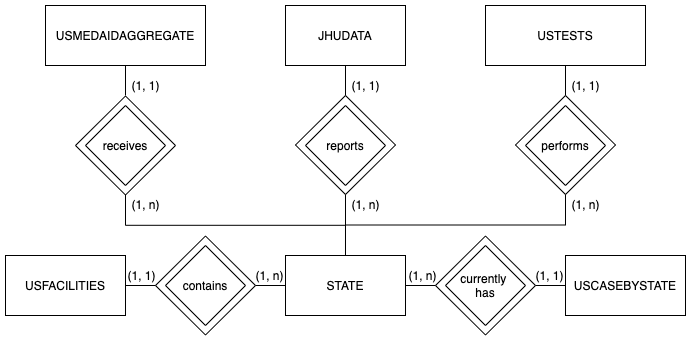
Earlier version of the draw.io export diagrams/ER2.png (sahba-t/covidTracker). Source tidied: cells renumbered, new cells last; positions are measured from the earlier drawing's top-left corner, leaving out a move shared by most shapes.
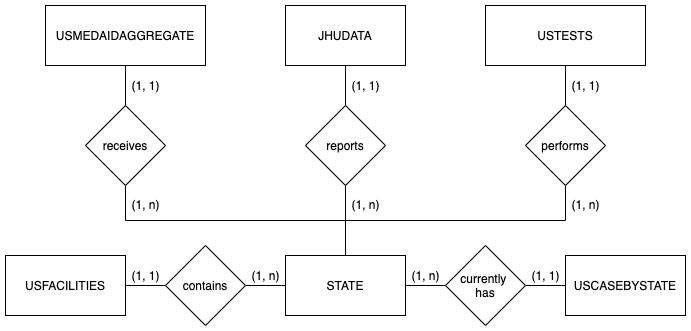
The same diagram one commit later.

Diff of the diagram source:
```diff
@@ -2,39 +2,20 @@
   <root>
     <mxCell id="0" />
     <mxCell id="1" parent="0" />
-    <mxCell id="2" style="rhombus;whiteSpace=wrap;html=1;" parent="1" vertex="1">
-      <mxGeometry x="70" y="90.5" width="100" height="99" as="geometry" />
-    </mxCell>
-    <mxCell id="3" style="rhombus;whiteSpace=wrap;html=1;" parent="1" vertex="1">
-      <mxGeometry x="290" y="90" width="100" height="99" as="geometry" />
-    </mxCell>
-    <mxCell id="4" style="rhombus;whiteSpace=wrap;html=1;" parent="1" vertex="1">
-      <mxGeometry x="510" y="90" width="100" height="99" as="geometry" />
-    </mxCell>
-    <mxCell id="5" style="rhombus;whiteSpace=wrap;html=1;" parent="1" vertex="1">
-      <mxGeometry x="150" y="230.5" width="100" height="99" as="geometry" />
-    </mxCell>
-    <mxCell id="6" style="rhombus;whiteSpace=wrap;html=1;" parent="1" vertex="1">
-      <mxGeometry x="430" y="230.5" width="100" height="99" as="geometry" />
-    </mxCell>
-    <mxCell id="7" style="edgeStyle=orthogonalEdgeStyle;rounded=0;jettySize=auto;html=1;exitX=0.5;exitY=0;exitDx=0;exitDy=0;endArrow=none;endFill=0;entryX=0.5;entryY=1;entryDx=0;entryDy=0;" parent="1" edge="1" source="12" target="2">
+    <mxCell id="7" style="edgeStyle=orthogonalEdgeStyle;rounded=0;jettySize=auto;html=1;exitX=0.5;exitY=0;exitDx=0;exitDy=0;endArrow=none;endFill=0;entryX=0.5;entryY=1;entryDx=0;entryDy=0;" parent="1" edge="1" source="12" target="23">
       <mxGeometry relative="1" as="geometry" />
     </mxCell>
-    <mxCell id="8" style="edgeStyle=orthogonalEdgeStyle;rounded=0;jettySize=auto;html=1;exitX=0.5;exitY=0;exitDx=0;exitDy=0;endArrow=none;endFill=0;entryX=0.5;entryY=1;entryDx=0;entryDy=0;" parent="1" edge="1" source="12" target="3">
+    <mxCell id="8" style="edgeStyle=orthogonalEdgeStyle;rounded=0;jettySize=auto;html=1;exitX=0.5;exitY=0;exitDx=0;exitDy=0;endArrow=none;endFill=0;entryX=0.5;entryY=1;entryDx=0;entryDy=0;" parent="1" edge="1" source="12" target="21">
       <mxGeometry relative="1" as="geometry" />
     </mxCell>
-    <mxCell id="9" style="edgeStyle=orthogonalEdgeStyle;rounded=0;jettySize=auto;html=1;exitX=0.5;exitY=0;exitDx=0;exitDy=0;endArrow=none;endFill=0;entryX=0.5;entryY=1;entryDx=0;entryDy=0;" parent="1" edge="1" source="12" target="4">
+    <mxCell id="9" style="edgeStyle=orthogonalEdgeStyle;rounded=0;jettySize=auto;html=1;exitX=0.5;exitY=0;exitDx=0;exitDy=0;endArrow=none;endFill=0;entryX=0.5;entryY=1;entryDx=0;entryDy=0;" parent="1" edge="1" source="12" target="19">
       <mxGeometry relative="1" as="geometry" />
     </mxCell>
-    <mxCell id="10" style="edgeStyle=orthogonalEdgeStyle;rounded=0;jettySize=auto;html=1;exitX=1;exitY=0.5;exitDx=0;exitDy=0;endArrow=none;endFill=0;" parent="1" edge="1" source="12">
-      <mxGeometry relative="1" as="geometry">
-        <mxPoint x="430" y="280" as="targetPoint" />
-      </mxGeometry>
+    <mxCell id="10" style="edgeStyle=orthogonalEdgeStyle;rounded=0;jettySize=auto;html=1;exitX=1;exitY=0.5;exitDx=0;exitDy=0;endArrow=none;endFill=0;entryX=0;entryY=0.5;entryDx=0;entryDy=0;" parent="1" edge="1" source="12" target="27">
+      <mxGeometry relative="1" as="geometry" />
     </mxCell>
-    <mxCell id="11" style="edgeStyle=orthogonalEdgeStyle;rounded=0;jettySize=auto;html=1;exitX=0;exitY=0.5;exitDx=0;exitDy=0;endArrow=none;endFill=0;" parent="1" edge="1" source="12">
-      <mxGeometry relative="1" as="geometry">
-        <mxPoint x="250" y="280" as="targetPoint" />
-      </mxGeometry>
+    <mxCell id="11" style="edgeStyle=orthogonalEdgeStyle;rounded=0;jettySize=auto;html=1;exitX=0;exitY=0.5;exitDx=0;exitDy=0;endArrow=none;endFill=0;entryX=1;entryY=0.5;entryDx=0;entryDy=0;" parent="1" edge="1" source="12" target="25">
+      <mxGeometry relative="1" as="geometry" />
     </mxCell>
     <mxCell id="12" value="STATE" style="rounded=0;whiteSpace=wrap;html=1;" parent="1" vertex="1">
       <mxGeometry x="280" y="250" width="120" height="60" as="geometry" />
@@ -54,49 +35,41 @@
     <mxCell id="17" value="USCASEBYSTATE" style="rounded=0;whiteSpace=wrap;html=1;" parent="1" vertex="1">
       <mxGeometry x="560" y="250" width="120" height="60" as="geometry" />
     </mxCell>
-    <mxCell id="18" style="edgeStyle=orthogonalEdgeStyle;rounded=0;jettySize=auto;html=1;entryX=0.5;entryY=1;entryDx=0;entryDy=0;endArrow=none;endFill=0;" parent="1" edge="1" target="16">
-      <mxGeometry relative="1" as="geometry">
-        <mxPoint x="560" y="90" as="sourcePoint" />
-      </mxGeometry>
+    <mxCell id="18" style="edgeStyle=orthogonalEdgeStyle;rounded=0;jettySize=auto;html=1;entryX=0.5;entryY=1;entryDx=0;entryDy=0;endArrow=none;endFill=0;exitX=0.5;exitY=0;exitDx=0;exitDy=0;" parent="1" edge="1" source="19" target="16">
+      <mxGeometry relative="1" as="geometry" />
     </mxCell>
     <mxCell id="19" value="performs" style="rhombus;whiteSpace=wrap;html=1;" parent="1" vertex="1">
       <mxGeometry x="520" y="100" width="80" height="80" as="geometry" />
     </mxCell>
-    <mxCell id="20" style="edgeStyle=orthogonalEdgeStyle;rounded=0;jettySize=auto;html=1;entryX=0.5;entryY=1;entryDx=0;entryDy=0;endArrow=none;endFill=0;" parent="1" edge="1" target="15">
-      <mxGeometry relative="1" as="geometry">
-        <mxPoint x="340" y="90" as="sourcePoint" />
-      </mxGeometry>
+    <mxCell id="20" style="edgeStyle=orthogonalEdgeStyle;rounded=0;jettySize=auto;html=1;entryX=0.5;entryY=1;entryDx=0;entryDy=0;endArrow=none;endFill=0;exitX=0.5;exitY=0;exitDx=0;exitDy=0;" parent="1" edge="1" source="21" target="15">
+      <mxGeometry relative="1" as="geometry" />
     </mxCell>
     <mxCell id="21" value="reports" style="rhombus;whiteSpace=wrap;html=1;" parent="1" vertex="1">
       <mxGeometry x="300" y="100" width="80" height="80" as="geometry" />
     </mxCell>
-    <mxCell id="22" style="edgeStyle=orthogonalEdgeStyle;rounded=0;jettySize=auto;html=1;entryX=0.5;entryY=1;entryDx=0;entryDy=0;endArrow=none;endFill=0;" parent="1" edge="1" target="13">
-      <mxGeometry relative="1" as="geometry">
-        <mxPoint x="120" y="90" as="sourcePoint" />
-      </mxGeometry>
+    <mxCell id="22" style="edgeStyle=orthogonalEdgeStyle;rounded=0;jettySize=auto;html=1;entryX=0.5;entryY=1;entryDx=0;entryDy=0;endArrow=none;endFill=0;exitX=0.5;exitY=0;exitDx=0;exitDy=0;" parent="1" edge="1" source="23" target="13">
+      <mxGeometry relative="1" as="geometry" />
     </mxCell>
     <mxCell id="23" value="receives" style="rhombus;whiteSpace=wrap;html=1;" parent="1" vertex="1">
       <mxGeometry x="80" y="100" width="80" height="80" as="geometry" />
     </mxCell>
-    <mxCell id="24" style="edgeStyle=orthogonalEdgeStyle;rounded=0;jettySize=auto;html=1;exitX=0;exitY=0.5;exitDx=0;exitDy=0;entryX=1;entryY=0.5;entryDx=0;entryDy=0;endArrow=none;endFill=0;" parent="1" edge="1" source="5" target="14">
+    <mxCell id="24" style="edgeStyle=orthogonalEdgeStyle;rounded=0;jettySize=auto;html=1;exitX=0;exitY=0.5;exitDx=0;exitDy=0;entryX=1;entryY=0.5;entryDx=0;entryDy=0;endArrow=none;endFill=0;" parent="1" edge="1" source="25" target="14">
       <mxGeometry relative="1" as="geometry" />
     </mxCell>
     <mxCell id="25" value="contains" style="rhombus;whiteSpace=wrap;html=1;" parent="1" vertex="1">
       <mxGeometry x="160" y="240" width="80" height="80" as="geometry" />
     </mxCell>
-    <mxCell id="26" style="edgeStyle=orthogonalEdgeStyle;rounded=0;jettySize=auto;html=1;entryX=0;entryY=0.5;entryDx=0;entryDy=0;endArrow=none;endFill=0;" parent="1" edge="1" target="17">
-      <mxGeometry relative="1" as="geometry">
-        <mxPoint x="530" y="280" as="sourcePoint" />
-      </mxGeometry>
+    <mxCell id="26" style="edgeStyle=orthogonalEdgeStyle;rounded=0;jettySize=auto;html=1;entryX=0;entryY=0.5;entryDx=0;entryDy=0;endArrow=none;endFill=0;exitX=1;exitY=0.5;exitDx=0;exitDy=0;" parent="1" edge="1" source="27" target="17">
+      <mxGeometry relative="1" as="geometry" />
     </mxCell>
     <mxCell id="27" value="currently &lt;br&gt;has" style="rhombus;whiteSpace=wrap;html=1;" parent="1" vertex="1">
       <mxGeometry x="440" y="240" width="80" height="80" as="geometry" />
     </mxCell>
     <mxCell id="28" value="(1, 1)" style="text;html=1;align=center;verticalAlign=middle;" parent="1" vertex="1">
-      <mxGeometry x="524" y="260" width="40" height="20" as="geometry" />
+      <mxGeometry x="520" y="260" width="40" height="20" as="geometry" />
     </mxCell>
     <mxCell id="29" value="(1, n)" style="text;html=1;align=center;verticalAlign=middle;" parent="1" vertex="1">
-      <mxGeometry x="397" y="260" width="40" height="20" as="geometry" />
+      <mxGeometry x="400" y="260" width="40" height="20" as="geometry" />
     </mxCell>
     <mxCell id="30" value="(1, n)" style="text;html=1;align=center;verticalAlign=middle;" parent="1" vertex="1">
       <mxGeometry x="560" y="189" width="40" height="20" as="geometry" />
@@ -117,10 +90,10 @@
       <mxGeometry x="120" y="70" width="40" height="20" as="geometry" />
     </mxCell>
     <mxCell id="36" value="(1, n)" style="text;html=1;align=center;verticalAlign=middle;" parent="1" vertex="1">
-      <mxGeometry x="244" y="260" width="40" height="20" as="geometry" />
+      <mxGeometry x="240" y="260" width="40" height="20" as="geometry" />
     </mxCell>
     <mxCell id="37" value="(1, 1)" style="text;html=1;align=center;verticalAlign=middle;" parent="1" vertex="1">
-      <mxGeometry x="116" y="260" width="40" height="20" as="geometry" />
+      <mxGeometry x="120" y="260" width="40" height="20" as="geometry" />
     </mxCell>
   </root>
 </mxGraphModel>
```
